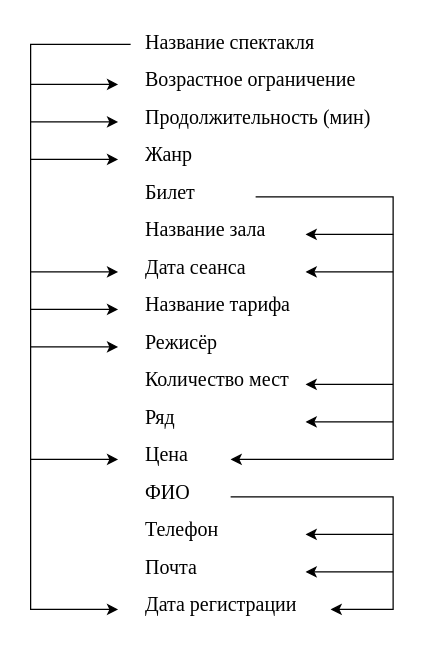
vokabulary/semjon keeps this draw.io diagram as Новая папка/диграма 1_4.drawio. Above is the earlier version. Source tidied: cells renumbered, new cells numbered last; positions are measured from the earlier drawing's top-left corner, leaving out a move shared by most shapes. Both pictures are drawn from the tidied source at 125%, with x=0, y=0 at pixel (30, 21).
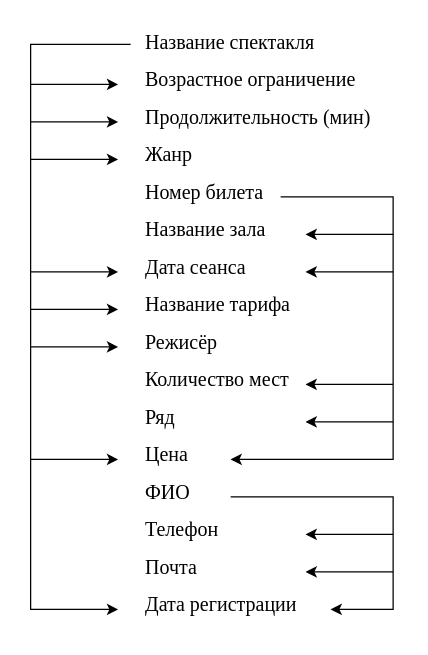
The same page after the edit.

Unchanged cells that the change refers to:
```xml
<mxCell id="2" value="&lt;span style=&quot;font-size:12.0pt;font-family:&amp;quot;Times New Roman&amp;quot;,serif;&#10;mso-fareast-font-family:&amp;quot;Times New Roman&amp;quot;;mso-ansi-language:RU;mso-fareast-language:&#10;RU;mso-bidi-language:AR-SA&quot;&gt;Название зала&lt;/span&gt;" style="text;whiteSpace=wrap;html=1;" parent="1" vertex="1">
  <mxGeometry x="90" y="150" width="130" height="40" as="geometry" />
</mxCell>
```

Diff of the diagram source:
```diff
@@
-    <mxCell id="4" value="&lt;font face=&quot;Times New Roman, serif&quot;&gt;&lt;span style=&quot;font-size: 16px;&quot;&gt;Билет&lt;/span&gt;&lt;/font&gt;" style="text;whiteSpace=wrap;html=1;" parent="1" vertex="1">
-      <mxGeometry x="90" y="120" width="90" height="40" as="geometry" />
+    <mxCell id="4" value="&lt;font face=&quot;Times New Roman, serif&quot;&gt;&lt;span style=&quot;font-size: 16px;&quot;&gt;Номер билета&lt;/span&gt;&lt;/font&gt;" style="text;whiteSpace=wrap;html=1;" parent="1" vertex="1">
+      <mxGeometry x="90" y="120" width="110" height="40" as="geometry" />
     </mxCell>
@@
-    <mxCell id="26" style="endArrow=classic;html=1;rounded=0;exitX=1;exitY=0.5;exitDx=0;exitDy=0;entryX=1;entryY=0.5;entryDx=0;entryDy=0;" parent="1" edge="1" source="4" target="2">
+    <mxCell id="26" style="endArrow=classic;html=1;rounded=0;entryX=1;entryY=0.5;entryDx=0;entryDy=0;exitX=1;exitY=0.5;exitDx=0;exitDy=0;" parent="1" edge="1" source="4" target="2">
       <mxGeometry relative="1" as="geometry">
         <Array as="points">
           <mxPoint x="290" y="140" />
           <mxPoint x="290" y="170" />
         </Array>
       </mxGeometry>
     </mxCell>
```
